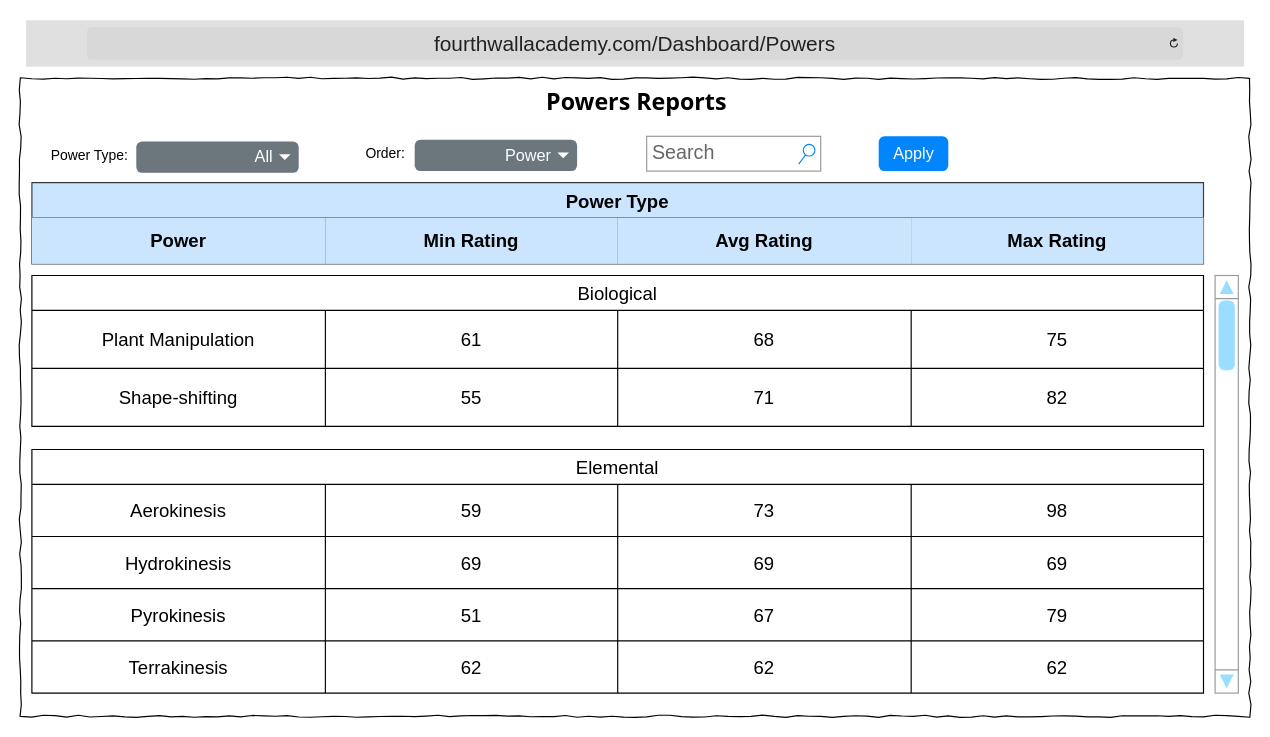
This is DesignDocument/Wireframes/4thWallAcademy_Dashboard_Powers.drawio from TRed91/4thWallAcademy, a draw.io file, before an edit. Source tidied: cells renumbered, new cells numbered last; positions are measured from the earlier drawing's top-left corner, leaving out a move shared by most shapes. Both pictures are drawn from the tidied source at 116%, with x=0, y=0 at pixel (20, 20).
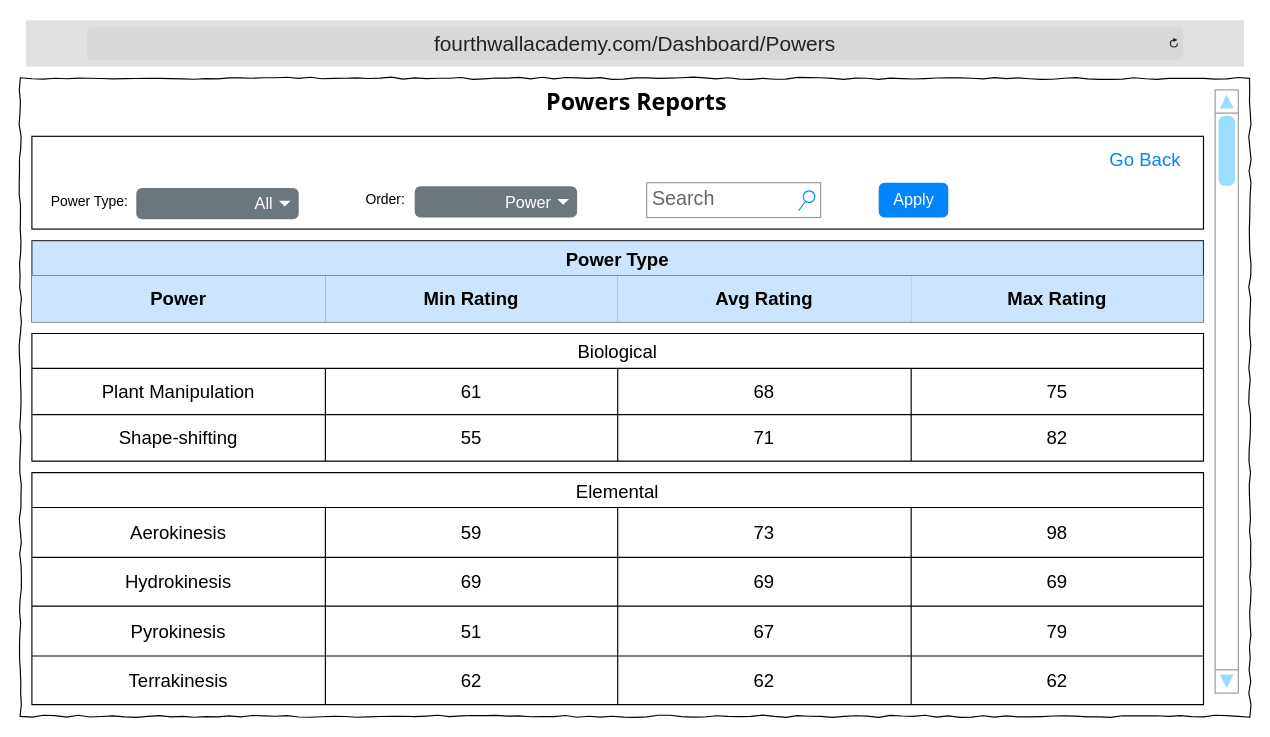
The same diagram, later.

Diff of the diagram source:
```diff
@@
+    <mxCell id="52" style="rounded=0;whiteSpace=wrap;html=1;fillColor=none;" parent="1" vertex="1">
+      <mxGeometry x="10" y="100" width="1010" height="80" as="geometry" />
+    </mxCell>
@@
     <mxCell id="5" value="Apply" style="html=1;shadow=0;dashed=0;shape=mxgraph.bootstrap.rrect;rSize=5;fillColor=#0085FC;strokeColor=none;align=center;spacing=15;fontSize=14;fontColor=#ffffff;sketch=0;" parent="1" vertex="1">
-      <mxGeometry x="740" y="100" width="60" height="30" as="geometry" />
+      <mxGeometry x="740" y="140" width="60" height="30" as="geometry" />
     </mxCell>
     <mxCell id="6" value="Power Type:" style="text;html=1;align=center;verticalAlign=middle;whiteSpace=wrap;rounded=0;" parent="1" vertex="1">
-      <mxGeometry x="20" y="101.5" width="80" height="30" as="geometry" />
+      <mxGeometry x="20" y="141.5" width="80" height="30" as="geometry" />
     </mxCell>
     <mxCell id="7" value="All" style="html=1;shadow=0;dashed=0;shape=mxgraph.bootstrap.rrect;rSize=5;strokeColor=none;strokeWidth=1;fillColor=#6C767D;fontColor=#ffffff;whiteSpace=wrap;align=right;verticalAlign=middle;fontStyle=0;fontSize=14;spacingRight=20;" parent="1" vertex="1">
-      <mxGeometry x="100" y="104.5" width="140" height="27" as="geometry" />
+      <mxGeometry x="100" y="144.5" width="140" height="27" as="geometry" />
     </mxCell>
@@
     <mxCell id="9" style="verticalLabelPosition=bottom;shadow=0;dashed=0;align=center;html=1;verticalAlign=top;strokeWidth=1;shape=mxgraph.mockup.navigation.scrollBar;strokeColor=#999999;barPos=99.394;fillColor2=#99ddff;strokeColor2=none;direction=north;" parent="1" vertex="1">
-      <mxGeometry x="1030" y="220" width="20" height="360" as="geometry" />
+      <mxGeometry x="1030" y="60" width="20" height="520" as="geometry" />
     </mxCell>
     <mxCell id="10" value="Biological" style="shape=table;startSize=30;childLayout=tableLayout;strokeColor=default;fontSize=16;" parent="1" vertex="1">
-      <mxGeometry x="10" y="220" width="1010" height="130" as="geometry" />
+      <mxGeometry x="10" y="270" width="1010" height="110" as="geometry" />
     </mxCell>
     <mxCell id="11" style="shape=tableRow;horizontal=0;startSize=0;swimlaneHead=0;swimlaneBody=0;strokeColor=inherit;top=0;left=0;bottom=0;right=0;fillColor=none;fontSize=16;" parent="10" vertex="1">
-      <mxGeometry y="30" width="1010" height="50" as="geometry" />
+      <mxGeometry y="30" width="1010" height="40" as="geometry" />
     </mxCell>
     <mxCell id="12" value="Plant Manipulation" style="shape=partialRectangle;html=1;whiteSpace=wrap;strokeColor=inherit;overflow=hidden;fillColor=none;top=0;left=0;bottom=0;right=0;fontSize=16;" parent="11" vertex="1">
-      <mxGeometry width="253" height="50" as="geometry" />
+      <mxGeometry width="253" height="40" as="geometry" />
     </mxCell>
     <mxCell id="13" value="61" style="shape=partialRectangle;html=1;whiteSpace=wrap;strokeColor=inherit;overflow=hidden;fillColor=none;top=0;left=0;bottom=0;right=0;fontSize=16;" parent="11" vertex="1">
-      <mxGeometry x="253" width="252" height="50" as="geometry" />
+      <mxGeometry x="253" width="252" height="40" as="geometry" />
     </mxCell>
     <mxCell id="14" value="68" style="shape=partialRectangle;html=1;whiteSpace=wrap;strokeColor=inherit;overflow=hidden;fillColor=none;top=0;left=0;bottom=0;right=0;fontSize=16;" parent="11" vertex="1">
-      <mxGeometry x="505" width="253" height="50" as="geometry" />
+      <mxGeometry x="505" width="253" height="40" as="geometry" />
     </mxCell>
     <mxCell id="15" value="75" style="shape=partialRectangle;html=1;whiteSpace=wrap;strokeColor=inherit;overflow=hidden;fillColor=none;top=0;left=0;bottom=0;right=0;fontSize=16;" parent="11" vertex="1">
-      <mxGeometry x="758" width="252" height="50" as="geometry" />
+      <mxGeometry x="758" width="252" height="40" as="geometry" />
     </mxCell>
     <mxCell id="16" style="shape=tableRow;horizontal=0;startSize=0;swimlaneHead=0;swimlaneBody=0;strokeColor=inherit;top=0;left=0;bottom=0;right=0;fillColor=none;fontSize=16;" parent="10" vertex="1">
-      <mxGeometry y="80" width="1010" height="50" as="geometry" />
+      <mxGeometry y="70" width="1010" height="40" as="geometry" />
     </mxCell>
     <mxCell id="17" value="Shape-shifting" style="shape=partialRectangle;html=1;whiteSpace=wrap;strokeColor=inherit;overflow=hidden;fillColor=none;top=0;left=0;bottom=0;right=0;fontSize=16;" parent="16" vertex="1">
-      <mxGeometry width="253" height="50" as="geometry" />
+      <mxGeometry width="253" height="40" as="geometry" />
     </mxCell>
     <mxCell id="18" value="55" style="shape=partialRectangle;html=1;whiteSpace=wrap;strokeColor=inherit;overflow=hidden;fillColor=none;top=0;left=0;bottom=0;right=0;fontSize=16;" parent="16" vertex="1">
-      <mxGeometry x="253" width="252" height="50" as="geometry" />
+      <mxGeometry x="253" width="252" height="40" as="geometry" />
     </mxCell>
     <mxCell id="19" value="71" style="shape=partialRectangle;html=1;whiteSpace=wrap;strokeColor=inherit;overflow=hidden;fillColor=none;top=0;left=0;bottom=0;right=0;fontSize=16;" parent="16" vertex="1">
-      <mxGeometry x="505" width="253" height="50" as="geometry" />
+      <mxGeometry x="505" width="253" height="40" as="geometry" />
     </mxCell>
     <mxCell id="20" value="82" style="shape=partialRectangle;html=1;whiteSpace=wrap;strokeColor=inherit;overflow=hidden;fillColor=none;top=0;left=0;bottom=0;right=0;fontSize=16;" parent="16" vertex="1">
-      <mxGeometry x="758" width="252" height="50" as="geometry" />
+      <mxGeometry x="758" width="252" height="40" as="geometry" />
     </mxCell>
     <mxCell id="21" value="Power Type" style="shape=table;startSize=30;childLayout=tableLayout;strokeColor=#36393d;fontSize=16;fontStyle=1;fillColor=#cce5ff;" parent="1" vertex="1">
-      <mxGeometry x="10" y="140" width="1010" height="70" as="geometry" />
+      <mxGeometry x="10" y="190" width="1010" height="70" as="geometry" />
     </mxCell>
@@
     <mxCell id="27" value="Elemental" style="shape=table;startSize=30;childLayout=tableLayout;strokeColor=default;fontSize=16;" parent="1" vertex="1">
-      <mxGeometry x="10" y="370" width="1010" height="210" as="geometry" />
+      <mxGeometry x="10" y="390" width="1010" height="200" as="geometry" />
     </mxCell>
     <mxCell id="28" style="shape=tableRow;horizontal=0;startSize=0;swimlaneHead=0;swimlaneBody=0;strokeColor=inherit;top=0;left=0;bottom=0;right=0;fillColor=none;fontSize=16;" parent="27" vertex="1">
-      <mxGeometry y="30" width="1010" height="45" as="geometry" />
+      <mxGeometry y="30" width="1010" height="43" as="geometry" />
     </mxCell>
     <mxCell id="29" value="Aerokinesis" style="shape=partialRectangle;html=1;whiteSpace=wrap;strokeColor=inherit;overflow=hidden;fillColor=none;top=0;left=0;bottom=0;right=0;fontSize=16;" parent="28" vertex="1">
-      <mxGeometry width="253" height="45" as="geometry" />
+      <mxGeometry width="253" height="43" as="geometry" />
     </mxCell>
     <mxCell id="30" value="59" style="shape=partialRectangle;html=1;whiteSpace=wrap;strokeColor=inherit;overflow=hidden;fillColor=none;top=0;left=0;bottom=0;right=0;fontSize=16;" parent="28" vertex="1">
-      <mxGeometry x="253" width="252" height="45" as="geometry" />
+      <mxGeometry x="253" width="252" height="43" as="geometry" />
     </mxCell>
     <mxCell id="31" value="73" style="shape=partialRectangle;html=1;whiteSpace=wrap;strokeColor=inherit;overflow=hidden;fillColor=none;top=0;left=0;bottom=0;right=0;fontSize=16;" parent="28" vertex="1">
-      <mxGeometry x="505" width="253" height="45" as="geometry" />
+      <mxGeometry x="505" width="253" height="43" as="geometry" />
     </mxCell>
     <mxCell id="32" value="98" style="shape=partialRectangle;html=1;whiteSpace=wrap;strokeColor=inherit;overflow=hidden;fillColor=none;top=0;left=0;bottom=0;right=0;fontSize=16;" parent="28" vertex="1">
-      <mxGeometry x="758" width="252" height="45" as="geometry" />
+      <mxGeometry x="758" width="252" height="43" as="geometry" />
     </mxCell>
     <mxCell id="33" style="shape=tableRow;horizontal=0;startSize=0;swimlaneHead=0;swimlaneBody=0;strokeColor=inherit;top=0;left=0;bottom=0;right=0;fillColor=none;fontSize=16;" parent="27" vertex="1">
-      <mxGeometry y="75" width="1010" height="45" as="geometry" />
+      <mxGeometry y="73" width="1010" height="42" as="geometry" />
     </mxCell>
     <mxCell id="34" value="Hydrokinesis" style="shape=partialRectangle;html=1;whiteSpace=wrap;strokeColor=inherit;overflow=hidden;fillColor=none;top=0;left=0;bottom=0;right=0;fontSize=16;" parent="33" vertex="1">
-      <mxGeometry width="253" height="45" as="geometry" />
+      <mxGeometry width="253" height="42" as="geometry" />
     </mxCell>
     <mxCell id="35" value="69" style="shape=partialRectangle;html=1;whiteSpace=wrap;strokeColor=inherit;overflow=hidden;fillColor=none;top=0;left=0;bottom=0;right=0;fontSize=16;" parent="33" vertex="1">
-      <mxGeometry x="253" width="252" height="45" as="geometry" />
+      <mxGeometry x="253" width="252" height="42" as="geometry" />
     </mxCell>
     <mxCell id="36" value="69" style="shape=partialRectangle;html=1;whiteSpace=wrap;strokeColor=inherit;overflow=hidden;fillColor=none;top=0;left=0;bottom=0;right=0;fontSize=16;" parent="33" vertex="1">
-      <mxGeometry x="505" width="253" height="45" as="geometry" />
+      <mxGeometry x="505" width="253" height="42" as="geometry" />
     </mxCell>
     <mxCell id="37" value="69" style="shape=partialRectangle;html=1;whiteSpace=wrap;strokeColor=inherit;overflow=hidden;fillColor=none;top=0;left=0;bottom=0;right=0;fontSize=16;" parent="33" vertex="1">
-      <mxGeometry x="758" width="252" height="45" as="geometry" />
+      <mxGeometry x="758" width="252" height="42" as="geometry" />
     </mxCell>
     <mxCell id="38" style="shape=tableRow;horizontal=0;startSize=0;swimlaneHead=0;swimlaneBody=0;strokeColor=inherit;top=0;left=0;bottom=0;right=0;fillColor=none;fontSize=16;" parent="27" vertex="1">
-      <mxGeometry y="120" width="1010" height="45" as="geometry" />
+      <mxGeometry y="115" width="1010" height="43" as="geometry" />
     </mxCell>
     <mxCell id="39" value="Pyrokinesis" style="shape=partialRectangle;html=1;whiteSpace=wrap;strokeColor=inherit;overflow=hidden;fillColor=none;top=0;left=0;bottom=0;right=0;fontSize=16;" parent="38" vertex="1">
-      <mxGeometry width="253" height="45" as="geometry" />
+      <mxGeometry width="253" height="43" as="geometry" />
     </mxCell>
     <mxCell id="40" value="51" style="shape=partialRectangle;html=1;whiteSpace=wrap;strokeColor=inherit;overflow=hidden;fillColor=none;top=0;left=0;bottom=0;right=0;fontSize=16;" parent="38" vertex="1">
-      <mxGeometry x="253" width="252" height="45" as="geometry" />
+      <mxGeometry x="253" width="252" height="43" as="geometry" />
     </mxCell>
     <mxCell id="41" value="67" style="shape=partialRectangle;html=1;whiteSpace=wrap;strokeColor=inherit;overflow=hidden;fillColor=none;top=0;left=0;bottom=0;right=0;fontSize=16;" parent="38" vertex="1">
-      <mxGeometry x="505" width="253" height="45" as="geometry" />
+      <mxGeometry x="505" width="253" height="43" as="geometry" />
     </mxCell>
     <mxCell id="42" value="79" style="shape=partialRectangle;html=1;whiteSpace=wrap;strokeColor=inherit;overflow=hidden;fillColor=none;top=0;left=0;bottom=0;right=0;fontSize=16;" parent="38" vertex="1">
-      <mxGeometry x="758" width="252" height="45" as="geometry" />
+      <mxGeometry x="758" width="252" height="43" as="geometry" />
     </mxCell>
     <mxCell id="43" style="shape=tableRow;horizontal=0;startSize=0;swimlaneHead=0;swimlaneBody=0;strokeColor=inherit;top=0;left=0;bottom=0;right=0;fillColor=none;fontSize=16;" parent="27" vertex="1">
-      <mxGeometry y="165" width="1010" height="45" as="geometry" />
+      <mxGeometry y="158" width="1010" height="42" as="geometry" />
     </mxCell>
     <mxCell id="44" value="Terrakinesis" style="shape=partialRectangle;html=1;whiteSpace=wrap;strokeColor=inherit;overflow=hidden;fillColor=none;top=0;left=0;bottom=0;right=0;fontSize=16;" parent="43" vertex="1">
-      <mxGeometry width="253" height="45" as="geometry" />
+      <mxGeometry width="253" height="42" as="geometry" />
     </mxCell>
     <mxCell id="45" value="62" style="shape=partialRectangle;html=1;whiteSpace=wrap;strokeColor=inherit;overflow=hidden;fillColor=none;top=0;left=0;bottom=0;right=0;fontSize=16;" parent="43" vertex="1">
-      <mxGeometry x="253" width="252" height="45" as="geometry" />
+      <mxGeometry x="253" width="252" height="42" as="geometry" />
     </mxCell>
     <mxCell id="46" value="62" style="shape=partialRectangle;html=1;whiteSpace=wrap;strokeColor=inherit;overflow=hidden;fillColor=none;top=0;left=0;bottom=0;right=0;fontSize=16;" parent="43" vertex="1">
-      <mxGeometry x="505" width="253" height="45" as="geometry" />
+      <mxGeometry x="505" width="253" height="42" as="geometry" />
     </mxCell>
     <mxCell id="47" value="62" style="shape=partialRectangle;html=1;whiteSpace=wrap;strokeColor=inherit;overflow=hidden;fillColor=none;top=0;left=0;bottom=0;right=0;fontSize=16;" parent="43" vertex="1">
-      <mxGeometry x="758" width="252" height="45" as="geometry" />
+      <mxGeometry x="758" width="252" height="42" as="geometry" />
     </mxCell>
     <mxCell id="48" value="Order:" style="text;html=1;align=center;verticalAlign=middle;whiteSpace=wrap;rounded=0;" parent="1" vertex="1">
-      <mxGeometry x="290" y="100" width="50" height="30" as="geometry" />
+      <mxGeometry x="290" y="140" width="50" height="30" as="geometry" />
     </mxCell>
     <mxCell id="49" value="Power" style="html=1;shadow=0;dashed=0;shape=mxgraph.bootstrap.rrect;rSize=5;strokeColor=none;strokeWidth=1;fillColor=#6C767D;fontColor=#ffffff;whiteSpace=wrap;align=right;verticalAlign=middle;fontStyle=0;fontSize=14;spacingRight=20;" parent="1" vertex="1">
-      <mxGeometry x="340" y="103" width="140" height="27" as="geometry" />
+      <mxGeometry x="340" y="143" width="140" height="27" as="geometry" />
     </mxCell>
@@
     <mxCell id="51" value="Search" style="strokeWidth=1;shadow=0;dashed=0;align=center;html=1;shape=mxgraph.mockup.forms.searchBox;strokeColor=#999999;mainText=;strokeColor2=#008cff;fontColor=#666666;fontSize=17;align=left;spacingLeft=3;whiteSpace=wrap;" parent="1" vertex="1">
-      <mxGeometry x="540" y="100" width="150" height="30" as="geometry" />
+      <mxGeometry x="540" y="140" width="150" height="30" as="geometry" />
     </mxCell>
+    <mxCell id="53" value="Go Back" style="html=1;shadow=0;dashed=0;shape=mxgraph.bootstrap.rrect;rSize=5;strokeColor=none;strokeWidth=1;fillColor=none;fontColor=#0085FC;whiteSpace=wrap;align=center;verticalAlign=middle;spacingLeft=0;fontStyle=0;fontSize=16;spacing=5;" parent="1" vertex="1">
+      <mxGeometry x="930" y="100" width="80" height="40" as="geometry" />
+    </mxCell>
```
